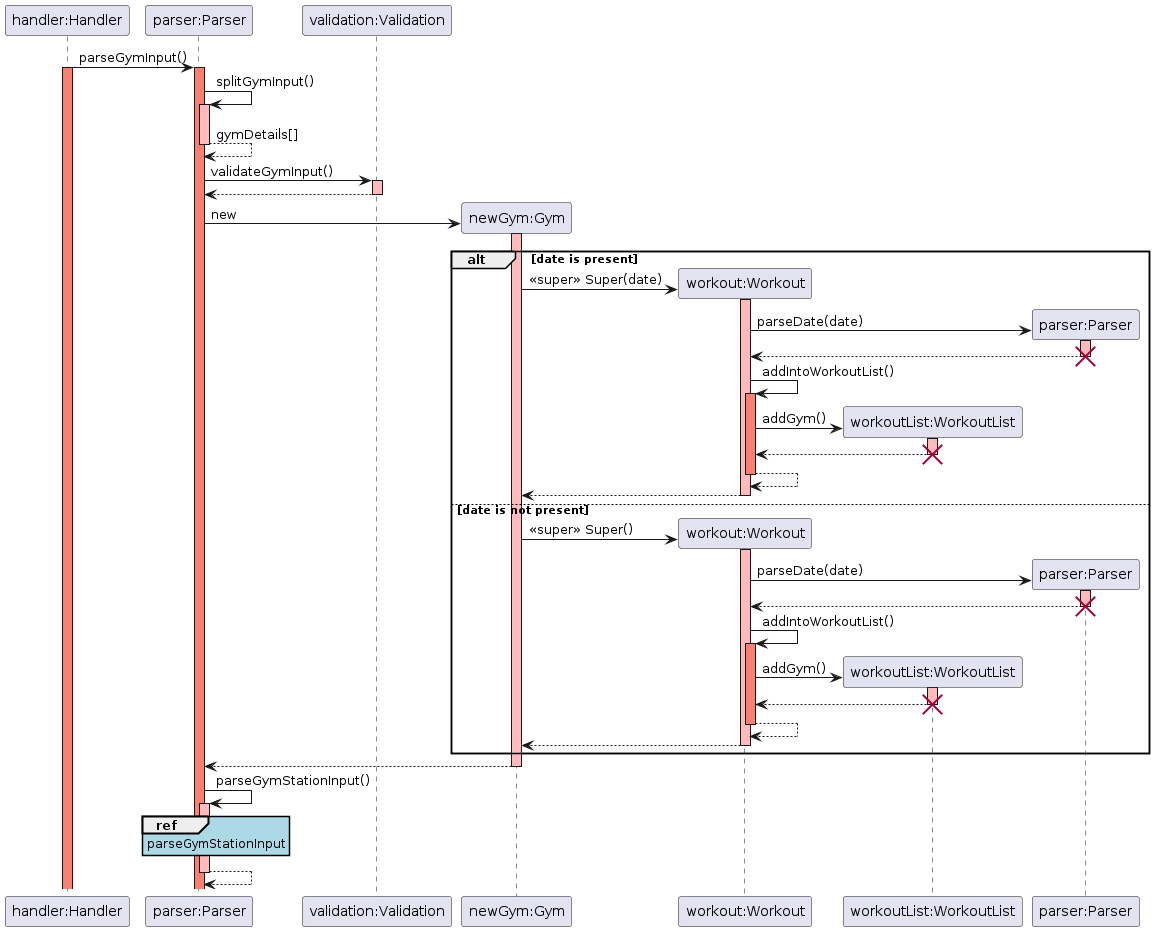
Before: docs/img/sequence_diagrams/gym_overall_sequence_diagram.png, a diagram exported from PlantUML (rouvinerh/tp).
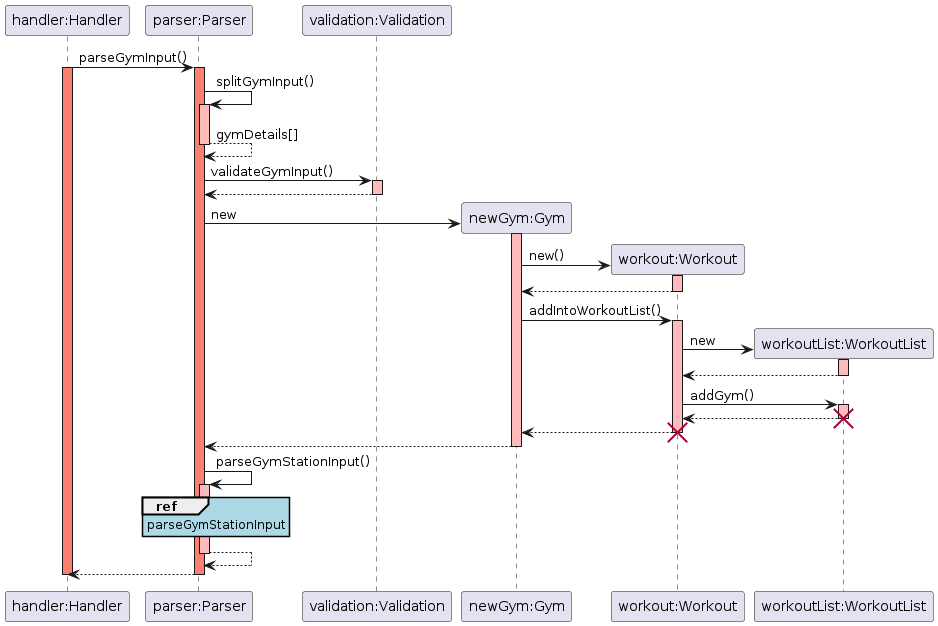
After the change.

Commit message:
touch up sequence diagram

What changed in the source:
```diff
@@ -7,7 +7,6 @@
 participant "newGym:Gym" as Gym
 participant "workout:Workout" as Workout
 participant "workoutList:WorkoutList" as WorkoutList
-participant "parser:Parser" as newParser
 
 Handler -> Parser: parseGymInput()
 activate Handler #salmon
@@ -26,54 +25,29 @@
 Parser -> Gym **: new
 
 
+    activate Gym #FFBBBB
+    Gym -> Workout **: new()
+    activate Workout #FFBBBB
+    Workout --> Gym:
+    deactivate Workout #FFBBBB
 
-alt date is present
-    activate Gym #FFBBBB
-    Gym -> Workout **: <<super>> Super(date)
+    Gym -> Workout: addIntoWorkoutList()
     activate Workout #FFBBBB
-    Workout -> newParser **: parseDate(date)
-    activate newParser #FFBBBB
-    newParser --> Workout:
-    deactivate newParser #FFBBBB
-    destroy newParser
+    Workout -> WorkoutList **: new
+    activate WorkoutList #FFBBBB
+    WorkoutList --> Workout:
+    deactivate WorkoutList #FFBBBB
 
-    Workout -> Workout: addIntoWorkoutList()
-    activate Workout #salmon
-    Workout -> WorkoutList **: addGym()
+    Workout -> WorkoutList: addGym()
     activate WorkoutList #FFBBBB
     WorkoutList --> Workout:
     deactivate WorkoutList #FFBBBB
     destroy WorkoutList
 
-    Workout --> Workout :
-    deactivate Workout #Salmon
+    Workout --> Gym :
+    deactivate Workout #FFBBBB
+    destroy Workout
 
-    Workout --> Gym:
-    deactivate Workout #FFBBBB
-
-else date is not present
-    Gym -> Workout **: <<super>> Super()
-    activate Workout #FFBBBB
-    Workout -> newParser **: parseDate(date)
-    activate newParser #FFBBBB
-    newParser --> Workout:
-    deactivate newParser #FFBBBB
-    destroy newParser
-
-    Workout -> Workout: addIntoWorkoutList()
-    activate Workout #salmon
-    Workout -> WorkoutList **: addGym()
-    activate WorkoutList #FFBBBB
-    WorkoutList --> Workout:
-    deactivate WorkoutList #FFBBBB
-    destroy WorkoutList
-
-    Workout --> Workout :
-    deactivate Workout #Salmon
-
-    Workout --> Gym:
-    deactivate Workout #FFBBBB
-end
 Gym --> Parser:
 deactivate Gym #FFBBBB
 
@@ -82,4 +56,8 @@
 ref over Parser: parseGymStationInput
 Parser --> Parser:
 deactivate Parser #FFBBBB
+Parser --> Handler
+
+deactivate Parser #salmon
+deactivate Handler #salmon
 @enduml
```
